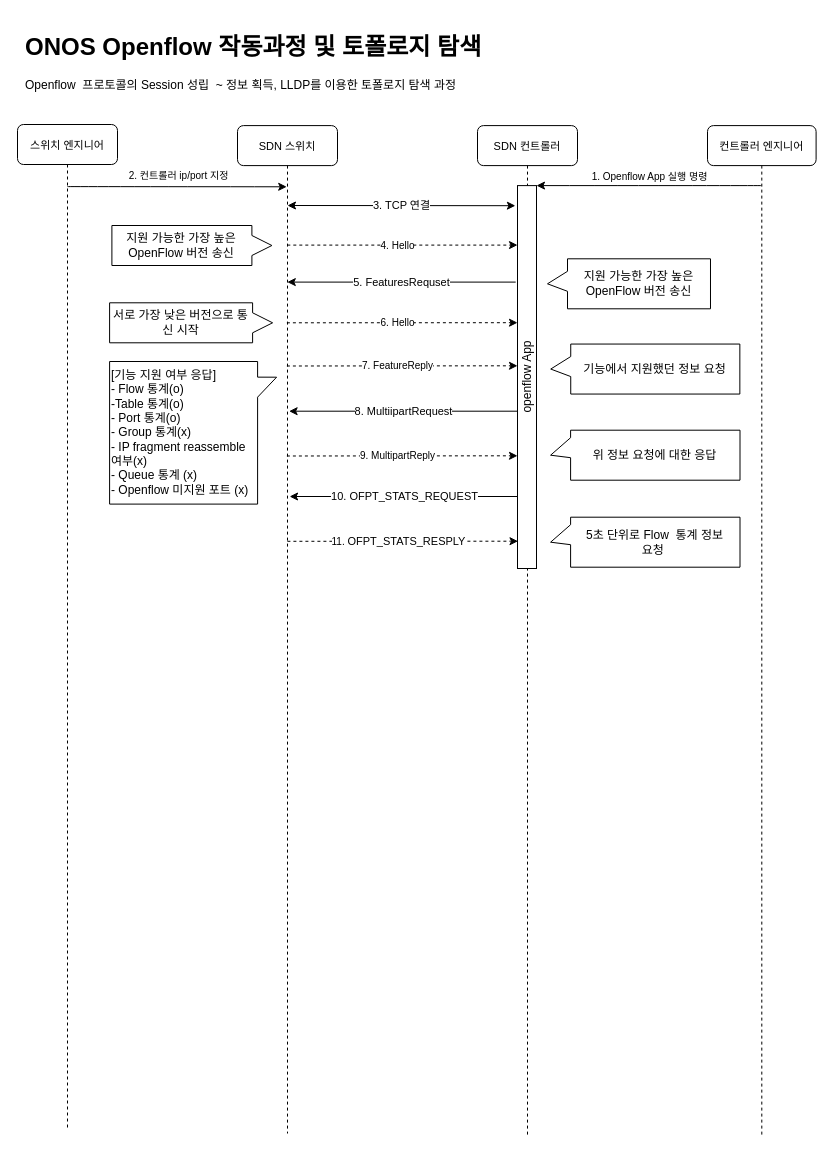
gameLoading/blank__- keeps this draw.io diagram as page "요약" (2 of 7) of ONOS OpenFlow initial.drawio. Above is the earlier version. Source tidied: cells renumbered, new cells numbered last; positions are measured from the earlier drawing's top-left corner, leaving out a move shared by most shapes. Both pictures are drawn from the tidied source at 100%, with x=0, y=0 at pixel (17, 27).
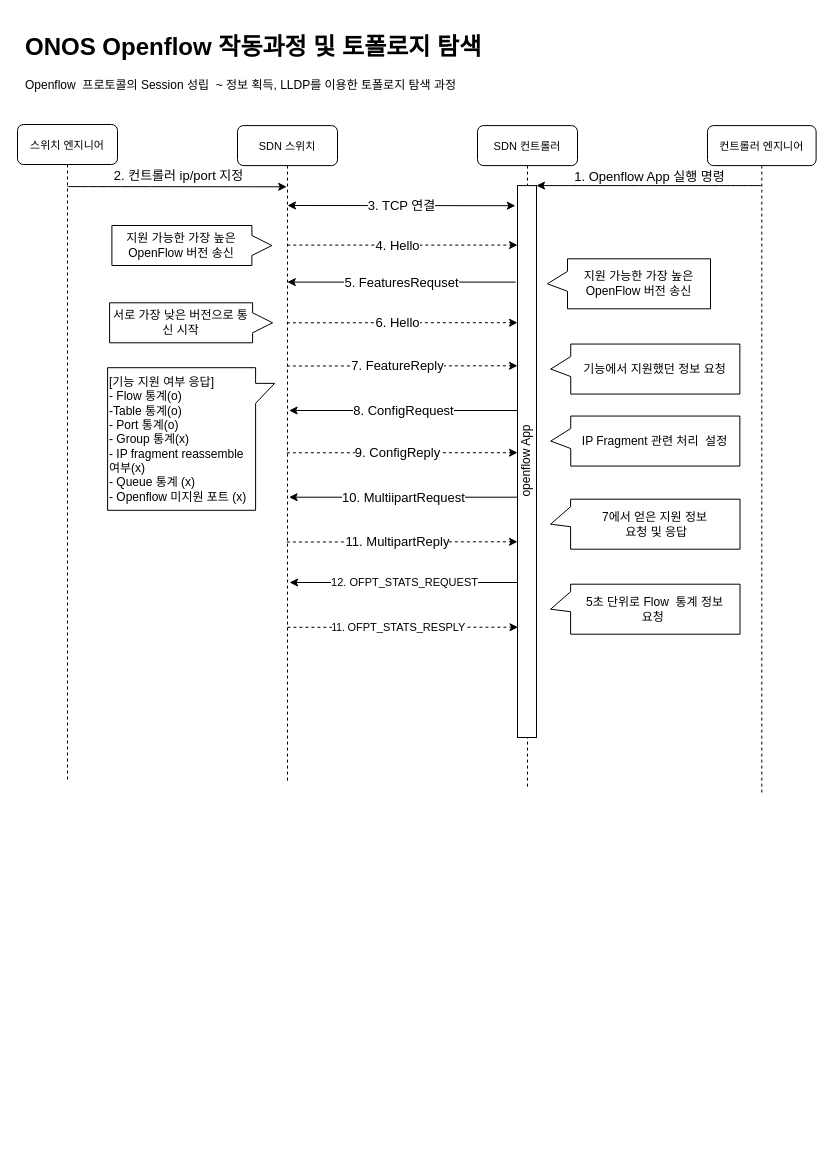
After the change.

The edit, as a diff of the source:
```diff
@@
     <mxCell id="2" value="스위치 엔지니어" style="shape=umlLifeline;perimeter=lifelinePerimeter;shadow=0;strokeWidth=1;rounded=1;fontSize=11;" parent="1" vertex="1">
-      <mxGeometry y="97" width="100" height="1004" as="geometry" />
+      <mxGeometry y="97" width="100" height="657" as="geometry" />
     </mxCell>
     <mxCell id="3" value="SDN 스위치" style="shape=umlLifeline;perimeter=lifelinePerimeter;shadow=0;strokeWidth=1;rounded=1;fontSize=11;" parent="1" vertex="1">
-      <mxGeometry x="220" y="98.1" width="100" height="1007.9" as="geometry" />
+      <mxGeometry x="220" y="98.1" width="100" height="657.9" as="geometry" />
     </mxCell>
     <mxCell id="4" value="SDN 컨트롤러" style="shape=umlLifeline;perimeter=lifelinePerimeter;shadow=0;strokeWidth=1;rounded=1;fontSize=11;" parent="1" vertex="1">
-      <mxGeometry x="460" y="98.1" width="100" height="1010.9" as="geometry" />
+      <mxGeometry x="460" y="98.1" width="100" height="662.9" as="geometry" />
     </mxCell>
     <mxCell id="5" value="컨트롤러 엔지니어" style="shape=umlLifeline;perimeter=lifelinePerimeter;shadow=0;strokeWidth=1;rounded=1;fontSize=11;" parent="1" vertex="1">
-      <mxGeometry x="690" y="98.1" width="108.6" height="1011.9" as="geometry" />
+      <mxGeometry x="690" y="98.1" width="108.6" height="666.9" as="geometry" />
     </mxCell>
-    <mxCell id="6" value="2. 컨트롤러 ip/port 지정" style="endArrow=classic;html=1;entryX=0.482;entryY=0.234;entryDx=0;entryDy=0;entryPerimeter=0;shadow=0;curved=1;fontSize=10;" parent="1" edge="1">
+    <mxCell id="6" value="2. 컨트롤러 ip/port 지정" style="endArrow=classic;html=1;entryX=0.482;entryY=0.234;entryDx=0;entryDy=0;entryPerimeter=0;shadow=0;curved=1;fontSize=13;" parent="1" edge="1">
       <mxGeometry x="0.01" y="11" relative="1" as="geometry">
         <mxPoint x="50" y="159.1" as="sourcePoint" />
         <mxPoint x="269.2" y="159.3" as="targetPoint" />
       </mxGeometry>
     </mxCell>
     <mxCell id="7" value="openflow App" style="whiteSpace=wrap;html=1;rounded=0;glass=0;horizontal=0;align=center;arcSize=24;" parent="1" vertex="1">
-      <mxGeometry x="500" y="158.1" width="19" height="382.9" as="geometry" />
+      <mxGeometry x="500" y="158.1" width="19" height="551.9" as="geometry" />
     </mxCell>
-    <mxCell id="8" value="1. Openflow App 실행 명령" style="endArrow=classic;html=1;curved=1;entryX=1;entryY=0;entryDx=0;entryDy=0;fontSize=10;" parent="1" edge="1" source="5" target="7">
+    <mxCell id="8" value="1. Openflow App 실행 명령" style="endArrow=classic;html=1;curved=1;entryX=1;entryY=0;entryDx=0;entryDy=0;fontSize=13;" parent="1" edge="1" source="5" target="7">
       <mxGeometry y="-9" relative="1" as="geometry" />
     </mxCell>
-    <mxCell id="9" value="5. FeaturesRequset" style="endArrow=classic;html=1;exitX=-0.094;exitY=0.435;exitDx=0;exitDy=0;exitPerimeter=0;" parent="1" edge="1">
+    <mxCell id="9" value="5. FeaturesRequset" style="endArrow=classic;html=1;exitX=-0.094;exitY=0.435;exitDx=0;exitDy=0;exitPerimeter=0;fontSize=13;" parent="1" edge="1">
       <mxGeometry relative="1" as="geometry">
         <mxPoint x="498.2" y="254.6" as="sourcePoint" />
         <mxPoint x="269.8" y="254.6" as="targetPoint" />
       </mxGeometry>
     </mxCell>
-    <mxCell id="10" value="6. Hello" style="endArrow=classic;html=1;dashed=1;fontSize=10;entryX=-0.022;entryY=0.526;entryDx=0;entryDy=0;entryPerimeter=0;" parent="1" edge="1">
+    <mxCell id="10" value="6. Hello" style="endArrow=classic;html=1;dashed=1;fontSize=13;entryX=-0.022;entryY=0.526;entryDx=0;entryDy=0;entryPerimeter=0;" parent="1" edge="1">
       <mxGeometry x="-0.04" relative="1" as="geometry">
         <mxPoint x="269.4" y="295.3" as="sourcePoint" />
         <mxPoint x="500" y="295.2" as="targetPoint" />
       </mxGeometry>
     </mxCell>
-    <mxCell id="11" value="4. Hello" style="endArrow=classic;html=1;dashed=1;fontSize=10;entryX=0;entryY=0.42;entryDx=0;entryDy=0;entryPerimeter=0;" parent="1" edge="1">
+    <mxCell id="11" value="4. Hello" style="endArrow=classic;html=1;dashed=1;fontSize=13;entryX=0;entryY=0.42;entryDx=0;entryDy=0;entryPerimeter=0;" parent="1" edge="1">
       <mxGeometry x="-0.04" relative="1" as="geometry">
         <mxPoint x="269.8" y="217.6" as="sourcePoint" />
         <mxPoint x="500" y="217.6" as="targetPoint" />
       </mxGeometry>
     </mxCell>
@@
     <mxCell id="15" value="[기능 지원 여부 응답]&lt;br&gt;- Flow 통계(o)&lt;br&gt;-Table 통계(o)&lt;br&gt;- Port 통계(o)&lt;br&gt;- Group 통계(x)&lt;br&gt;- IP fragment reassemble 여부(x)&lt;br&gt;- Queue 통계 (x)&lt;br&gt;- Openflow 미지원 포트 (x)" style="shape=callout;html=1;perimeter=calloutPerimeter;rounded=0;shadow=0;align=left;size=19;position=0.75;rotation=90;verticalAlign=middle;horizontal=0;whiteSpace=wrap;direction=east;flipV=1;flipH=1;position2=0.89;base=20;" parent="1" vertex="1">
-      <mxGeometry x="104.3" y="321.8" width="142.6" height="167" as="geometry" />
+      <mxGeometry x="102.3" y="328" width="142.6" height="167" as="geometry" />
     </mxCell>
-    <mxCell id="16" value="7. FeatureReply" style="endArrow=classic;html=1;dashed=1;fontSize=10;entryX=-0.022;entryY=0.526;entryDx=0;entryDy=0;entryPerimeter=0;" parent="1" edge="1">
+    <mxCell id="16" value="7. FeatureReply" style="endArrow=classic;html=1;dashed=1;fontSize=13;entryX=-0.022;entryY=0.526;entryDx=0;entryDy=0;entryPerimeter=0;" parent="1" edge="1">
       <mxGeometry x="-0.04" relative="1" as="geometry">
         <mxPoint x="269.4" y="338.5" as="sourcePoint" />
         <mxPoint x="500" y="338.3" as="targetPoint" />
       </mxGeometry>
     </mxCell>
-    <mxCell id="17" value="8. MultiipartRequest" style="endArrow=classic;html=1;exitX=-0.094;exitY=0.435;exitDx=0;exitDy=0;exitPerimeter=0;" parent="1" edge="1">
+    <mxCell id="17" value="10. MultiipartRequest" style="endArrow=classic;html=1;exitX=-0.094;exitY=0.435;exitDx=0;exitDy=0;exitPerimeter=0;fontSize=13;" parent="1" edge="1">
       <mxGeometry relative="1" as="geometry">
-        <mxPoint x="500" y="383.7" as="sourcePoint" />
-        <mxPoint x="271.6" y="383.7" as="targetPoint" />
+        <mxPoint x="500" y="469.7" as="sourcePoint" />
+        <mxPoint x="271.6" y="469.7" as="targetPoint" />
       </mxGeometry>
     </mxCell>
-    <mxCell id="18" value="9. MultipartReply" style="endArrow=classic;html=1;dashed=1;fontSize=10;entryX=-0.022;entryY=0.526;entryDx=0;entryDy=0;entryPerimeter=0;" parent="1" edge="1">
+    <mxCell id="18" value="11. MultipartReply" style="endArrow=classic;html=1;dashed=1;fontSize=13;entryX=-0.022;entryY=0.526;entryDx=0;entryDy=0;entryPerimeter=0;" parent="1" edge="1">
       <mxGeometry x="-0.04" relative="1" as="geometry">
-        <mxPoint x="269.4" y="428.5" as="sourcePoint" />
-        <mxPoint x="500" y="428.3" as="targetPoint" />
+        <mxPoint x="269.4" y="514.5" as="sourcePoint" />
+        <mxPoint x="500" y="514.3" as="targetPoint" />
       </mxGeometry>
     </mxCell>
@@
-    <mxCell id="20" value="위 정보 요청에 대한 응답" style="shape=callout;whiteSpace=wrap;html=1;perimeter=calloutPerimeter;rounded=0;shadow=0;align=center;size=20;position=0.15;rotation=90;verticalAlign=middle;horizontal=0;base=20;" parent="1" vertex="1">
-      <mxGeometry x="602.8" y="333" width="50" height="189.4" as="geometry" />
+    <mxCell id="20" value="7에서 얻은 지원&amp;nbsp;정보&lt;br&gt;&amp;nbsp;요청 및 응답" style="shape=callout;whiteSpace=wrap;html=1;perimeter=calloutPerimeter;rounded=0;shadow=0;align=center;size=20;position=0.15;rotation=90;verticalAlign=middle;horizontal=0;base=20;" parent="1" vertex="1">
+      <mxGeometry x="602.8" y="402" width="50" height="189.4" as="geometry" />
     </mxCell>
@@
-    <mxCell id="22" value="3. TCP 연결" style="endArrow=classic;startArrow=classic;html=1;entryX=-0.113;entryY=0.066;entryDx=0;entryDy=0;entryPerimeter=0;" parent="1" edge="1">
+    <mxCell id="22" value="3. TCP 연결" style="endArrow=classic;startArrow=classic;html=1;entryX=-0.113;entryY=0.066;entryDx=0;entryDy=0;entryPerimeter=0;fontSize=13;" parent="1" edge="1">
       <mxGeometry relative="1" as="geometry">
         <mxPoint x="270" y="178" as="sourcePoint" />
         <mxPoint x="497.9" y="178.2" as="targetPoint" />
       </mxGeometry>
     </mxCell>
-    <mxCell id="23" value="10. OFPT_STATS_REQUEST" style="endArrow=classic;html=1;exitX=-0.094;exitY=0.435;exitDx=0;exitDy=0;exitPerimeter=0;" parent="1" edge="1">
+    <mxCell id="23" value="12. OFPT_STATS_REQUEST" style="endArrow=classic;html=1;exitX=-0.094;exitY=0.435;exitDx=0;exitDy=0;exitPerimeter=0;" parent="1" edge="1">
       <mxGeometry relative="1" as="geometry">
-        <mxPoint x="500.5" y="469" as="sourcePoint" />
-        <mxPoint x="272.1" y="469" as="targetPoint" />
+        <mxPoint x="500.5" y="555" as="sourcePoint" />
+        <mxPoint x="272.1" y="555" as="targetPoint" />
       </mxGeometry>
     </mxCell>
     <mxCell id="24" value="11.&amp;nbsp;&lt;span style=&quot;font-size: 11px&quot;&gt;OFPT_STATS_RESPLY&lt;/span&gt;" style="endArrow=classic;html=1;dashed=1;fontSize=10;entryX=-0.022;entryY=0.526;entryDx=0;entryDy=0;entryPerimeter=0;" parent="1" edge="1">
       <mxGeometry x="-0.04" relative="1" as="geometry">
-        <mxPoint x="269.9" y="513.8" as="sourcePoint" />
-        <mxPoint x="500.5" y="513.7" as="targetPoint" />
+        <mxPoint x="269.9" y="599.8" as="sourcePoint" />
+        <mxPoint x="500.5" y="599.7" as="targetPoint" />
       </mxGeometry>
     </mxCell>
     <mxCell id="25" value="5초 단위로 Flow&amp;nbsp; 통계 정보 &lt;br&gt;요청&amp;nbsp;" style="shape=callout;whiteSpace=wrap;html=1;perimeter=calloutPerimeter;rounded=0;shadow=0;align=center;size=20;position=0.15;rotation=90;verticalAlign=middle;horizontal=0;base=20;" parent="1" vertex="1">
-      <mxGeometry x="602.8" y="420" width="50" height="189.4" as="geometry" />
+      <mxGeometry x="602.8" y="487" width="50" height="189.4" as="geometry" />
     </mxCell>
+    <mxCell id="26" value="8. ConfigRequest" style="endArrow=classic;html=1;exitX=-0.094;exitY=0.435;exitDx=0;exitDy=0;exitPerimeter=0;fontSize=13;" parent="1" edge="1">
+      <mxGeometry relative="1" as="geometry">
+        <mxPoint x="500" y="383" as="sourcePoint" />
+        <mxPoint x="271.6" y="383" as="targetPoint" />
+      </mxGeometry>
+    </mxCell>
+    <mxCell id="27" value="9. ConfigReply" style="endArrow=classic;html=1;dashed=1;fontSize=13;entryX=-0.022;entryY=0.526;entryDx=0;entryDy=0;entryPerimeter=0;" parent="1" edge="1">
+      <mxGeometry x="-0.04" relative="1" as="geometry">
+        <mxPoint x="269.4" y="425.3" as="sourcePoint" />
+        <mxPoint x="500" y="425.2" as="targetPoint" />
+      </mxGeometry>
+    </mxCell>
+    <mxCell id="28" value="IP Fragment 관련 처리&amp;nbsp; 설정" style="shape=callout;whiteSpace=wrap;html=1;perimeter=calloutPerimeter;rounded=0;shadow=0;align=center;size=20;position=0.25;rotation=90;verticalAlign=middle;horizontal=0;" parent="1" vertex="1">
+      <mxGeometry x="602.8" y="319" width="50" height="189.1" as="geometry" />
+    </mxCell>
```
